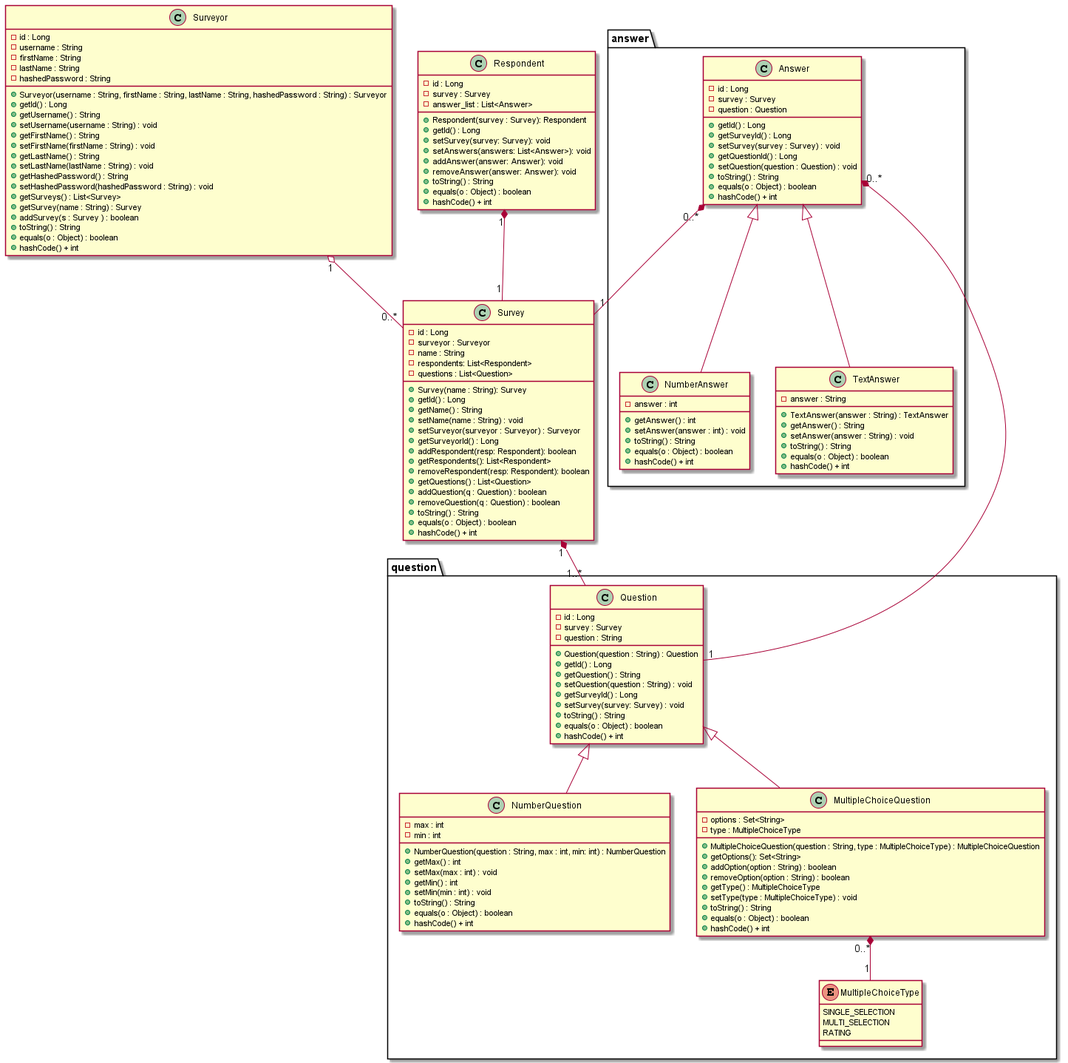
Earlier version of the PlantUML export docs/Models.png (Daniel-W-Innes/SYSC4806-Project-Backend).
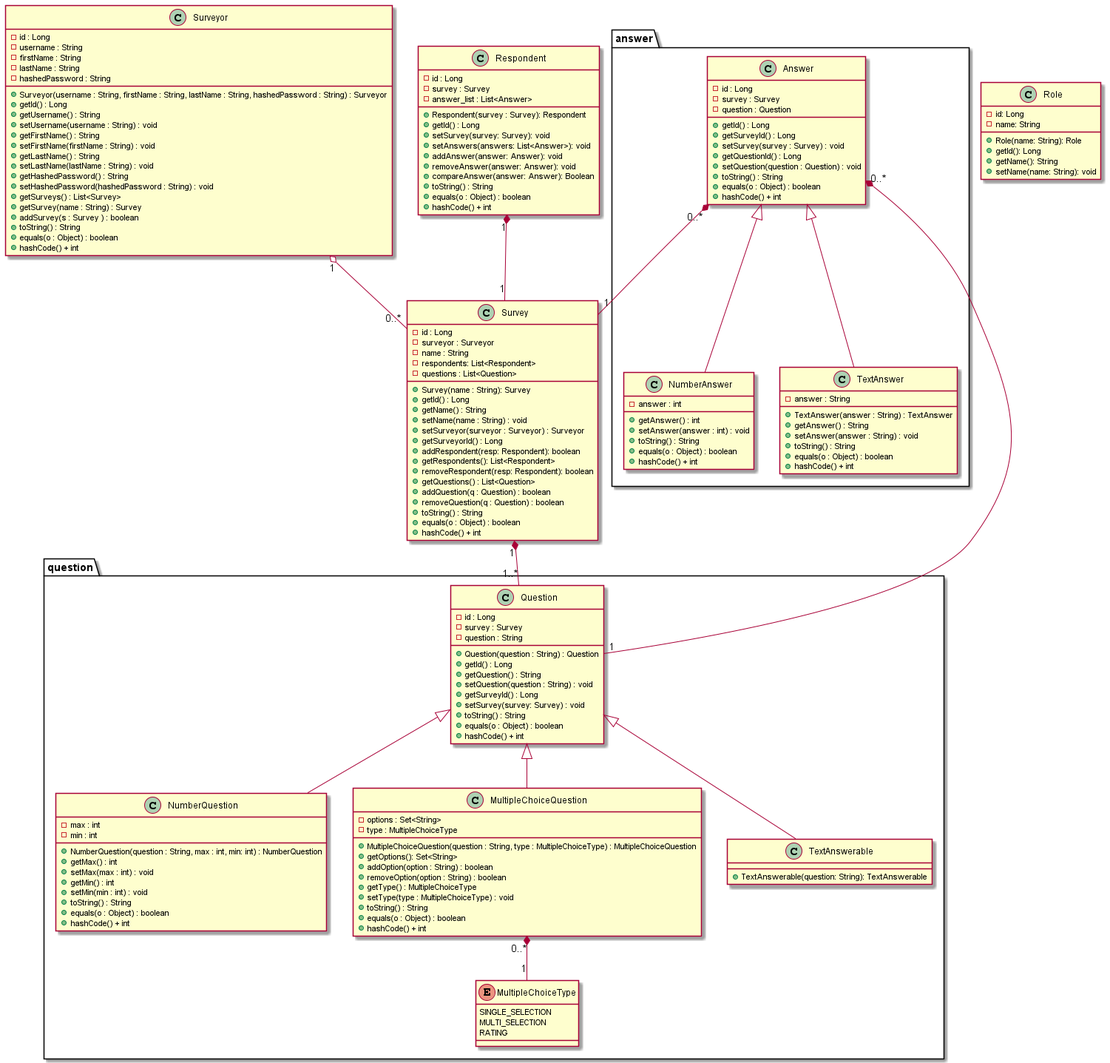
After the change.

The edit, as a diff of the source:
```diff
@@ -57,9 +57,19 @@
     + setAnswers(answers: List<Answer>): void
     + addAnswer(answer: Answer): void
     + removeAnswer(answer: Answer): void
+    + compareAnswer(answer: Answer): Boolean
     + toString() : String
     + equals(o : Object) : boolean
     + hashCode() + int
+}
+
+class Role {
+    - id: Long
+    - name: String
+    + Role(name: String): Role
+    + getId(): Long
+    + getName(): String
+    + setName(name: String): void
 }
 
 package question{
@@ -107,6 +117,9 @@
         + equals(o : Object) : boolean
         + hashCode() + int
     }
+    class TextAnswerable extends Question {
+        + TextAnswerable(question: String): TextAnswerable
+    }
 }
 package answer{
     class Answer{
```
